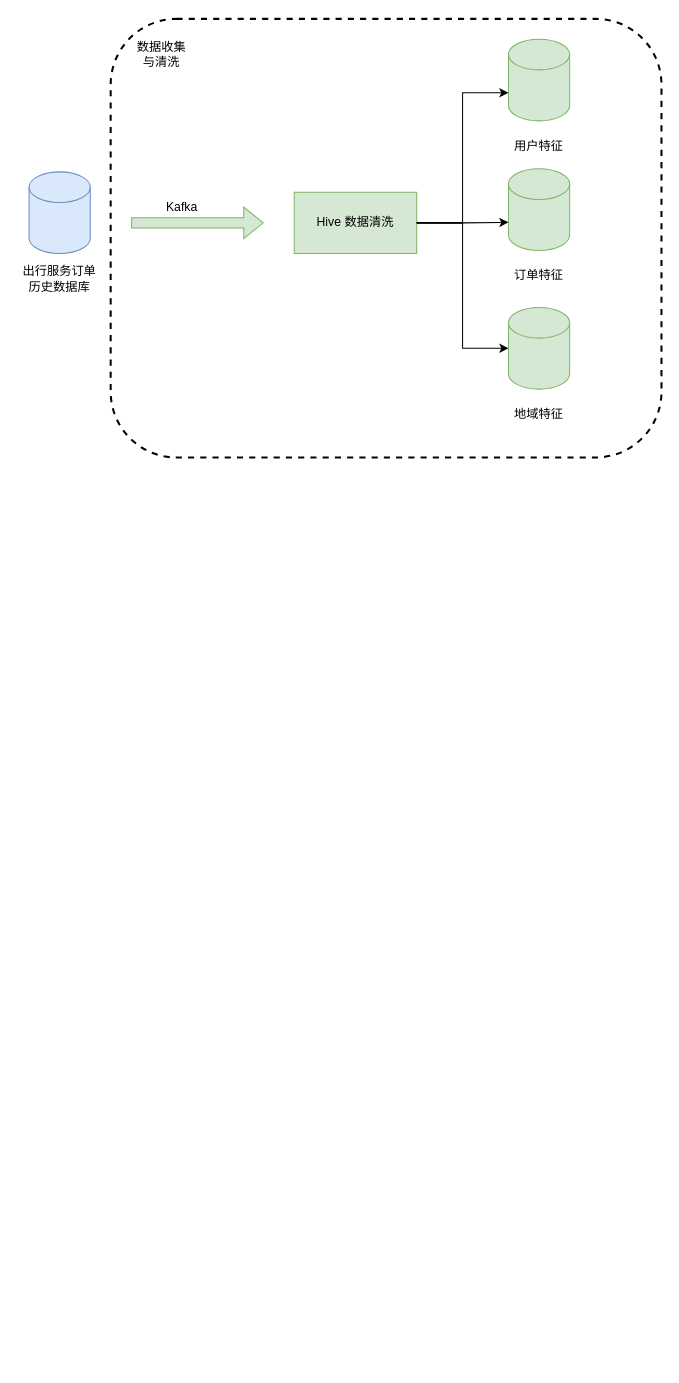
Above: 专利taozi.drawio in wangziji/graphics (draw.io), before the change. Source tidied: cells renumbered, new cells numbered last; positions are measured from the earlier drawing's top-left corner, leaving out a move shared by most shapes. Both pictures are drawn from the tidied source at 102%, with x=0, y=0 at pixel (18, 18).
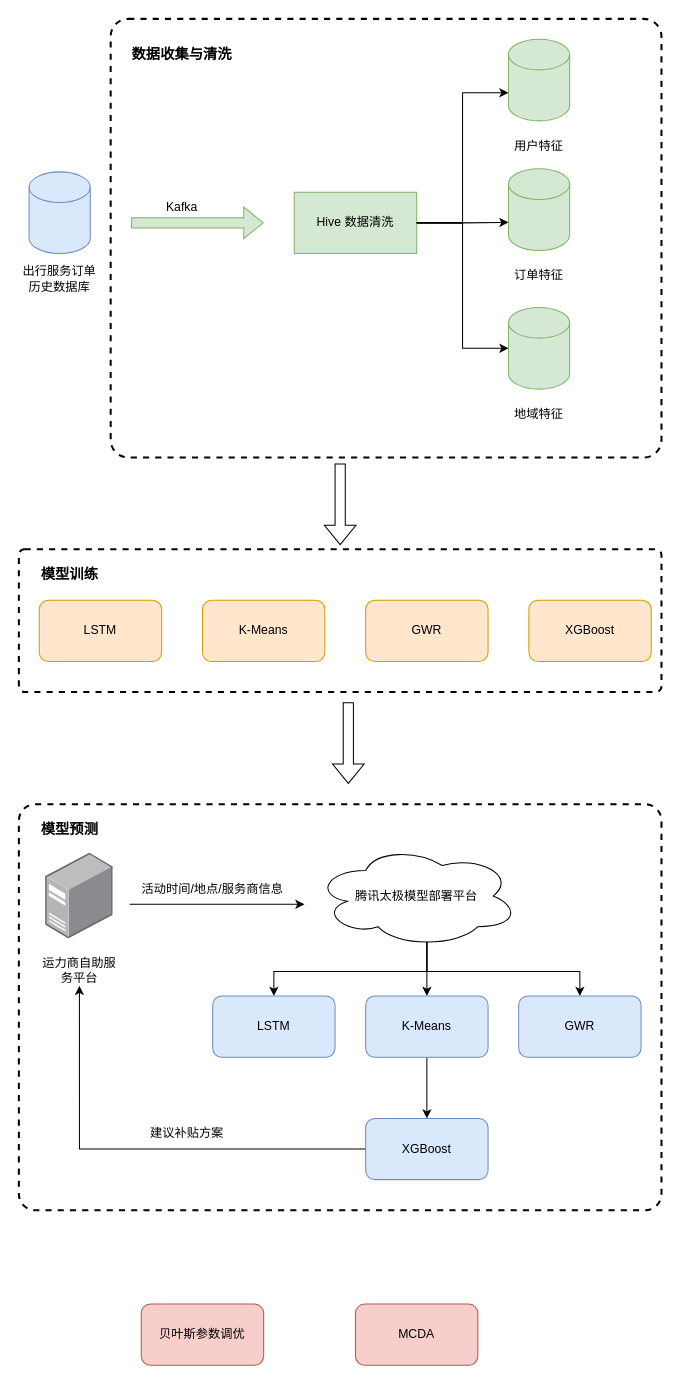
The same diagram, later.

Change to the diagram source:
```diff
@@
+    <mxCell id="22" style="rounded=1;whiteSpace=wrap;html=1;fillColor=none;strokeWidth=2;dashed=1;arcSize=4;" parent="1" vertex="1">
+      <mxGeometry y="770" width="630" height="398" as="geometry" />
+    </mxCell>
+    <mxCell id="23" style="rounded=1;whiteSpace=wrap;html=1;fillColor=none;strokeWidth=2;dashed=1;arcSize=4;" parent="1" vertex="1">
+      <mxGeometry y="520" width="630" height="140" as="geometry" />
+    </mxCell>
@@
-    <mxCell id="20" style="rounded=1;whiteSpace=wrap;html=1;fillColor=none;strokeWidth=2;dashed=1;" parent="1" vertex="1">
+    <mxCell id="20" style="rounded=1;whiteSpace=wrap;html=1;fillColor=none;strokeWidth=2;dashed=1;arcSize=4;" parent="1" vertex="1">
       <mxGeometry x="90" width="540" height="430" as="geometry" />
     </mxCell>
-    <mxCell id="21" value="数据收集与清洗" style="text;html=1;align=center;verticalAlign=middle;whiteSpace=wrap;rounded=0;" parent="1" vertex="1">
-      <mxGeometry x="110" y="20" width="60" height="30" as="geometry" />
+    <mxCell id="21" value="&lt;b&gt;&lt;font style=&quot;font-size: 14px;&quot;&gt;数据收集与清洗&lt;/font&gt;&lt;/b&gt;" style="text;html=1;align=center;verticalAlign=middle;whiteSpace=wrap;rounded=0;" parent="1" vertex="1">
+      <mxGeometry x="110" y="20" width="100" height="30" as="geometry" />
     </mxCell>
+    <mxCell id="24" value="LSTM" style="rounded=1;whiteSpace=wrap;html=1;fillColor=#ffe6cc;strokeColor=#d79b00;" parent="1" vertex="1">
+      <mxGeometry x="20" y="570" width="120" height="60" as="geometry" />
+    </mxCell>
+    <mxCell id="25" value="K-Means" style="rounded=1;whiteSpace=wrap;html=1;fillColor=#ffe6cc;strokeColor=#d79b00;" parent="1" vertex="1">
+      <mxGeometry x="180" y="570" width="120" height="60" as="geometry" />
+    </mxCell>
+    <mxCell id="26" value="GWR" style="rounded=1;whiteSpace=wrap;html=1;fillColor=#ffe6cc;strokeColor=#d79b00;" parent="1" vertex="1">
+      <mxGeometry x="340" y="570" width="120" height="60" as="geometry" />
+    </mxCell>
+    <mxCell id="27" value="XGBoost" style="rounded=1;whiteSpace=wrap;html=1;fillColor=#ffe6cc;strokeColor=#d79b00;" parent="1" vertex="1">
+      <mxGeometry x="500" y="570" width="120" height="60" as="geometry" />
+    </mxCell>
+    <mxCell id="28" value="&lt;span style=&quot;font-size: 14px;&quot;&gt;&lt;b&gt;模型训练&lt;/b&gt;&lt;/span&gt;" style="text;html=1;align=left;verticalAlign=middle;whiteSpace=wrap;rounded=0;" parent="1" vertex="1">
+      <mxGeometry x="20" y="530" width="100" height="30" as="geometry" />
+    </mxCell>
+    <mxCell id="29" style="shape=flexArrow;endArrow=classic;html=1;rounded=0;entryX=0.5;entryY=0;entryDx=0;entryDy=0;" parent="1" edge="1">
+      <mxGeometry relative="1" as="geometry">
+        <mxPoint x="315" y="436" as="sourcePoint" />
+        <mxPoint x="315" y="516" as="targetPoint" />
+      </mxGeometry>
+    </mxCell>
+    <mxCell id="30" style="image;html=1;align=center;shadow=0;dashed=0;image=img/lib/allied_telesis/computer_and_terminals/Server_Desktop.svg;" parent="1" vertex="1">
+      <mxGeometry x="26.2" y="818" width="66.3" height="84" as="geometry" />
+    </mxCell>
+    <mxCell id="31" value="运力商自助服务平台" style="text;html=1;align=center;verticalAlign=middle;whiteSpace=wrap;rounded=0;" parent="1" vertex="1">
+      <mxGeometry x="20" y="918" width="78.7" height="30" as="geometry" />
+    </mxCell>
+    <mxCell id="32" style="edgeStyle=orthogonalEdgeStyle;rounded=0;jettySize=auto;html=1;exitX=0.55;exitY=0.95;exitDx=0;exitDy=0;exitPerimeter=0;entryX=0.5;entryY=0;entryDx=0;entryDy=0;" parent="1" edge="1" source="35" target="40">
+      <mxGeometry relative="1" as="geometry" />
+    </mxCell>
+    <mxCell id="33" style="edgeStyle=orthogonalEdgeStyle;rounded=0;jettySize=auto;html=1;exitX=0.55;exitY=0.95;exitDx=0;exitDy=0;exitPerimeter=0;" parent="1" edge="1" source="35" target="38">
+      <mxGeometry relative="1" as="geometry" />
+    </mxCell>
+    <mxCell id="34" style="edgeStyle=orthogonalEdgeStyle;rounded=0;jettySize=auto;html=1;exitX=0.55;exitY=0.95;exitDx=0;exitDy=0;exitPerimeter=0;" parent="1" edge="1" source="35" target="41">
+      <mxGeometry relative="1" as="geometry" />
+    </mxCell>
+    <mxCell id="35" value="腾讯太极模型部署平台" style="ellipse;shape=cloud;whiteSpace=wrap;html=1;" parent="1" vertex="1">
+      <mxGeometry x="290" y="810" width="200" height="100" as="geometry" />
+    </mxCell>
+    <mxCell id="36" style="endArrow=classic;html=1;rounded=0;" parent="1" edge="1">
+      <mxGeometry relative="1" as="geometry">
+        <mxPoint x="108.7" y="868" as="sourcePoint" />
+        <mxPoint x="280" y="868" as="targetPoint" />
+      </mxGeometry>
+    </mxCell>
+    <mxCell id="37" value="活动时间/地点/服务商信息" style="text;html=1;align=center;verticalAlign=middle;whiteSpace=wrap;rounded=0;" parent="1" vertex="1">
+      <mxGeometry x="110" y="838" width="160" height="30" as="geometry" />
+    </mxCell>
+    <mxCell id="38" value="LSTM" style="rounded=1;whiteSpace=wrap;html=1;fillColor=#dae8fc;strokeColor=#6c8ebf;" parent="1" vertex="1">
+      <mxGeometry x="190" y="958" width="120" height="60" as="geometry" />
+    </mxCell>
+    <mxCell id="39" style="edgeStyle=orthogonalEdgeStyle;rounded=0;jettySize=auto;html=1;exitX=0.5;exitY=1;exitDx=0;exitDy=0;entryX=0.5;entryY=0;entryDx=0;entryDy=0;" parent="1" edge="1" source="40" target="43">
+      <mxGeometry relative="1" as="geometry" />
+    </mxCell>
+    <mxCell id="40" value="K-Means" style="rounded=1;whiteSpace=wrap;html=1;fillColor=#dae8fc;strokeColor=#6c8ebf;" parent="1" vertex="1">
+      <mxGeometry x="340" y="958" width="120" height="60" as="geometry" />
+    </mxCell>
+    <mxCell id="41" value="GWR" style="rounded=1;whiteSpace=wrap;html=1;fillColor=#dae8fc;strokeColor=#6c8ebf;" parent="1" vertex="1">
+      <mxGeometry x="490" y="958" width="120" height="60" as="geometry" />
+    </mxCell>
+    <mxCell id="42" style="edgeStyle=orthogonalEdgeStyle;rounded=0;jettySize=auto;html=1;exitX=0;exitY=0.5;exitDx=0;exitDy=0;entryX=0.5;entryY=1;entryDx=0;entryDy=0;" parent="1" edge="1" source="43" target="31">
+      <mxGeometry relative="1" as="geometry" />
+    </mxCell>
+    <mxCell id="43" value="XGBoost" style="rounded=1;whiteSpace=wrap;html=1;fillColor=#dae8fc;strokeColor=#6c8ebf;" parent="1" vertex="1">
+      <mxGeometry x="340" y="1078" width="120" height="60" as="geometry" />
+    </mxCell>
+    <mxCell id="44" value="建议补贴方案" style="text;html=1;align=center;verticalAlign=middle;whiteSpace=wrap;rounded=0;" parent="1" vertex="1">
+      <mxGeometry x="110" y="1078" width="110" height="30" as="geometry" />
+    </mxCell>
+    <mxCell id="45" value="&lt;span style=&quot;font-size: 14px;&quot;&gt;&lt;b&gt;模型预测&lt;/b&gt;&lt;/span&gt;" style="text;html=1;align=left;verticalAlign=middle;whiteSpace=wrap;rounded=0;" parent="1" vertex="1">
+      <mxGeometry x="20" y="780" width="100" height="30" as="geometry" />
+    </mxCell>
+    <mxCell id="46" style="shape=flexArrow;endArrow=classic;html=1;rounded=0;entryX=0.5;entryY=0;entryDx=0;entryDy=0;edgeStyle=orthogonalEdgeStyle;" parent="1" edge="1">
+      <mxGeometry relative="1" as="geometry">
+        <mxPoint x="323" y="670" as="sourcePoint" />
+        <mxPoint x="323" y="750" as="targetPoint" />
+      </mxGeometry>
+    </mxCell>
+    <mxCell id="47" value="贝叶斯参数调优" style="rounded=1;whiteSpace=wrap;html=1;fillColor=#f8cecc;strokeColor=#b85450;" parent="1" vertex="1">
+      <mxGeometry x="120" y="1260" width="120" height="60" as="geometry" />
+    </mxCell>
+    <mxCell id="48" value="MCDA" style="rounded=1;whiteSpace=wrap;html=1;fillColor=#f8cecc;strokeColor=#b85450;" parent="1" vertex="1">
+      <mxGeometry x="330" y="1260" width="120" height="60" as="geometry" />
+    </mxCell>
```
